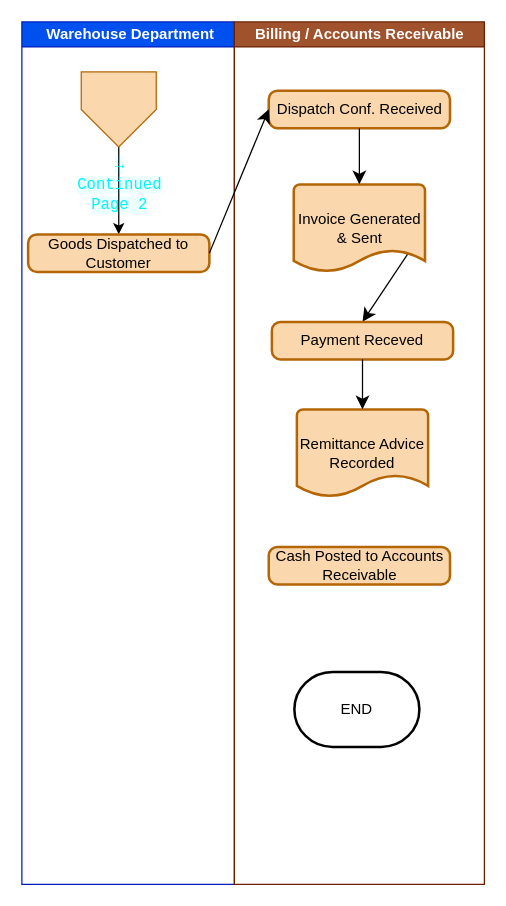
The draw.io diagram page "Page 2" (2 of 2) of Revenue_Cycle_Controls.drawio in GuillermoMartinez1234/drawio, before the edit. Source tidied: cells renumbered, new cells numbered last; positions are measured from the earlier drawing's top-left corner, leaving out a move shared by most shapes. Both pictures are drawn from the tidied source at 125%, with x=0, y=0 at pixel (21, 21).
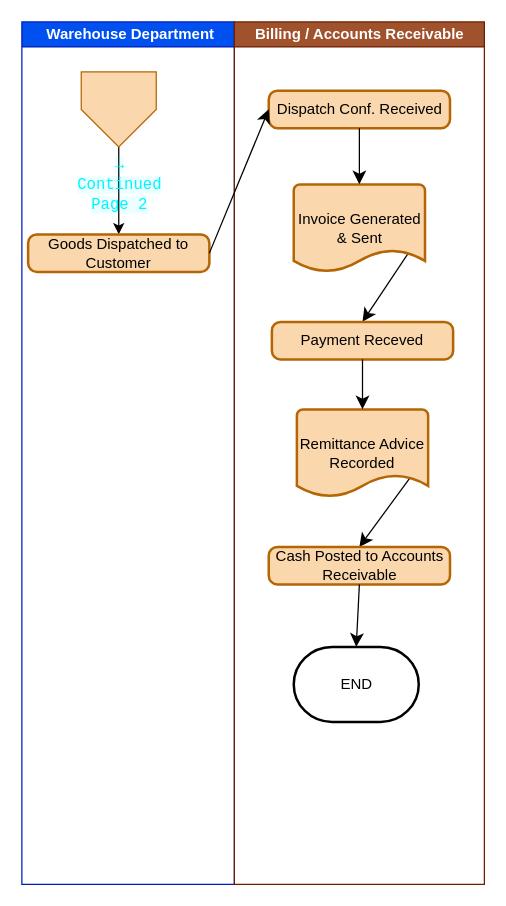
The same page after the edit.

What changed in the source:
```diff
@@
 <mxGraphModel>
   <root>
     <mxCell id="0" />
     <mxCell id="1" parent="0" />
     <mxCell id="2" value="&amp;nbsp;Warehouse Department" style="swimlane;startSize=20;html=1;fillColor=#0050ef;fontColor=#ffffff;strokeColor=#001DBC;" parent="1" vertex="1">
       <mxGeometry width="170" height="690" as="geometry" />
     </mxCell>
     <mxCell id="3" style="edgeStyle=orthogonalEdgeStyle;rounded=0;jettySize=auto;html=1;exitX=0.5;exitY=1;exitDx=0;exitDy=0;" parent="2" edge="1" source="4" target="5">
       <mxGeometry relative="1" as="geometry" />
     </mxCell>
     <mxCell id="4" value="&lt;span style=&quot;color: rgb(0, 245, 255); font-family: &amp;quot;Share Tech Mono&amp;quot;, monospace; font-size: 12.512px; text-align: start; text-wrap-mode: wrap; background-color: rgba(0, 245, 255, 0.08);&quot;&gt;→ Continued Page 2&lt;/span&gt;" style="verticalLabelPosition=bottom;verticalAlign=top;html=1;shape=offPageConnector;rounded=0;size=0.5;fillColor=#fad7ac;strokeColor=#b46504;" parent="2" vertex="1">
       <mxGeometry x="47.5" y="40" width="60" height="60" as="geometry" />
     </mxCell>
     <mxCell id="5" value="Goods Dispatched to Customer" style="rounded=1;whiteSpace=wrap;html=1;absoluteArcSize=1;arcSize=14;strokeWidth=2;fillColor=#fad7ac;strokeColor=#b46504;" parent="2" vertex="1">
       <mxGeometry x="5" y="170" width="145" height="30" as="geometry" />
     </mxCell>
     <mxCell id="6" value="Billing / Accounts Receivable" style="swimlane;startSize=20;html=1;fillColor=#a0522d;fontColor=#ffffff;strokeColor=#6D1F00;" parent="1" vertex="1">
       <mxGeometry x="170" width="200" height="690" as="geometry" />
     </mxCell>
     <mxCell id="7" value="Dispatch Conf. Received" style="rounded=1;whiteSpace=wrap;html=1;absoluteArcSize=1;arcSize=14;strokeWidth=2;fillColor=#fad7ac;strokeColor=#b46504;" parent="6" vertex="1">
       <mxGeometry x="27.5" y="55" width="145" height="30" as="geometry" />
     </mxCell>
     <mxCell id="8" style="edgeStyle=none;curved=1;rounded=0;jettySize=auto;html=1;exitX=1;exitY=0.5;exitDx=0;exitDy=0;exitPerimeter=0;entryX=0.5;entryY=0;entryDx=0;entryDy=0;fontSize=12;startSize=8;endSize=8;" parent="6" edge="1" source="9" target="10">
       <mxGeometry relative="1" as="geometry" />
     </mxCell>
     <mxCell id="9" value="Invoice Generated &amp;amp; Sent" style="strokeWidth=2;html=1;shape=mxgraph.flowchart.document2;whiteSpace=wrap;size=0.25;fillColor=#fad7ac;strokeColor=#b46504;" parent="6" vertex="1">
       <mxGeometry x="47.5" y="130" width="105" height="70" as="geometry" />
     </mxCell>
     <mxCell id="10" value="Payment Receved" style="rounded=1;whiteSpace=wrap;html=1;absoluteArcSize=1;arcSize=14;strokeWidth=2;fillColor=#fad7ac;strokeColor=#b46504;" parent="6" vertex="1">
       <mxGeometry x="30" y="240" width="145" height="30" as="geometry" />
     </mxCell>
+    <mxCell id="18" style="edgeStyle=none;curved=1;rounded=0;jettySize=auto;html=1;exitX=1;exitY=0.5;exitDx=0;exitDy=0;exitPerimeter=0;entryX=0.5;entryY=0;entryDx=0;entryDy=0;fontSize=12;startSize=8;endSize=8;" parent="6" edge="1" source="11" target="15">
+      <mxGeometry relative="1" as="geometry" />
+    </mxCell>
     <mxCell id="11" value="Remittance Advice Recorded" style="strokeWidth=2;html=1;shape=mxgraph.flowchart.document2;whiteSpace=wrap;size=0.25;fillColor=#fad7ac;strokeColor=#b46504;" parent="6" vertex="1">
       <mxGeometry x="50" y="310" width="105" height="70" as="geometry" />
     </mxCell>
     <mxCell id="12" style="edgeStyle=none;curved=1;rounded=0;jettySize=auto;html=1;exitX=0.5;exitY=1;exitDx=0;exitDy=0;entryX=0.5;entryY=0;entryDx=0;entryDy=0;entryPerimeter=0;fontSize=12;startSize=8;endSize=8;" parent="6" edge="1" source="7" target="9">
       <mxGeometry relative="1" as="geometry" />
     </mxCell>
     <mxCell id="13" style="edgeStyle=none;curved=1;rounded=0;jettySize=auto;html=1;exitX=0.5;exitY=1;exitDx=0;exitDy=0;entryX=0.5;entryY=0;entryDx=0;entryDy=0;entryPerimeter=0;fontSize=12;startSize=8;endSize=8;" parent="6" edge="1" source="10" target="11">
       <mxGeometry relative="1" as="geometry" />
     </mxCell>
     <mxCell id="14" style="edgeStyle=none;curved=1;rounded=0;orthogonalLoop=1;jettySize=auto;html=1;exitX=0.25;exitY=1;exitDx=0;exitDy=0;fontSize=12;startSize=8;endSize=8;" parent="6" edge="1" source="10" target="10">
       <mxGeometry relative="1" as="geometry" />
     </mxCell>
     <mxCell id="15" value="Cash Posted to Accounts Receivable" style="rounded=1;whiteSpace=wrap;html=1;absoluteArcSize=1;arcSize=14;strokeWidth=2;fillColor=#fad7ac;strokeColor=#b46504;" parent="6" vertex="1">
       <mxGeometry x="27.5" y="420" width="145" height="30" as="geometry" />
     </mxCell>
-    <mxCell id="16" value="END" style="strokeWidth=2;html=1;shape=mxgraph.flowchart.terminator;whiteSpace=wrap;" parent="6" vertex="1">
-      <mxGeometry x="48" y="520" width="100" height="60" as="geometry" />
+    <mxCell id="16" value="END" style="strokeWidth=2;html=1;shape=mxgraph.flowchart.terminator;whiteSpace=wrap;fillColor=light-dark(#FFFFFF,#660000);" parent="6" vertex="1">
+      <mxGeometry x="47.5" y="500" width="100" height="60" as="geometry" />
     </mxCell>
+    <mxCell id="19" style="edgeStyle=none;curved=1;rounded=0;jettySize=auto;html=1;exitX=0.5;exitY=1;exitDx=0;exitDy=0;entryX=0.5;entryY=0;entryDx=0;entryDy=0;entryPerimeter=0;fontSize=12;startSize=8;endSize=8;" parent="6" edge="1" source="15" target="16">
+      <mxGeometry relative="1" as="geometry" />
+    </mxCell>
     <mxCell id="17" style="edgeStyle=none;curved=1;rounded=0;jettySize=auto;html=1;exitX=1;exitY=0.5;exitDx=0;exitDy=0;entryX=0;entryY=0.5;entryDx=0;entryDy=0;fontSize=12;startSize=8;endSize=8;" parent="1" edge="1" source="5" target="7">
       <mxGeometry relative="1" as="geometry" />
     </mxCell>
   </root>
 </mxGraphModel>
```
